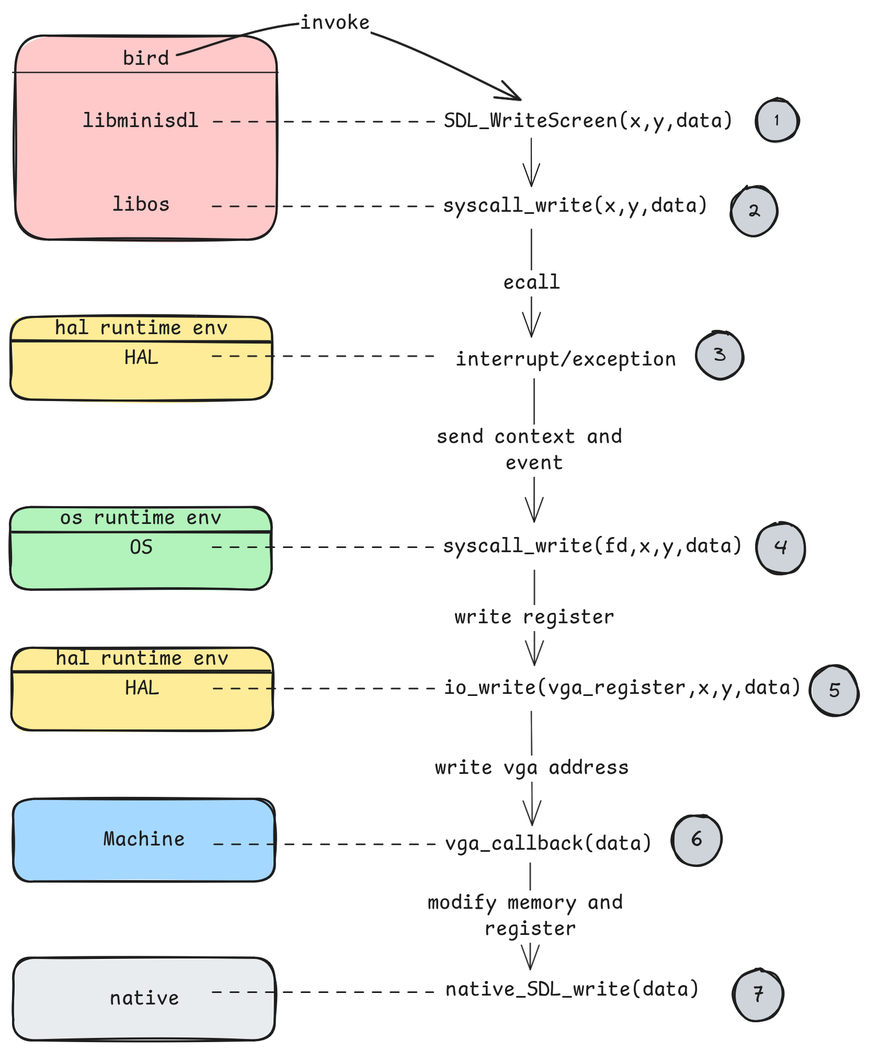
This is images/function_stream.png from chi199702/chi199702.github.io, a Excalidraw export, as it was before one commit. Source tidied: one line per element, renumbered; positions are measured from the earlier drawing's top-left corner, leaving out a move shared by most shapes.
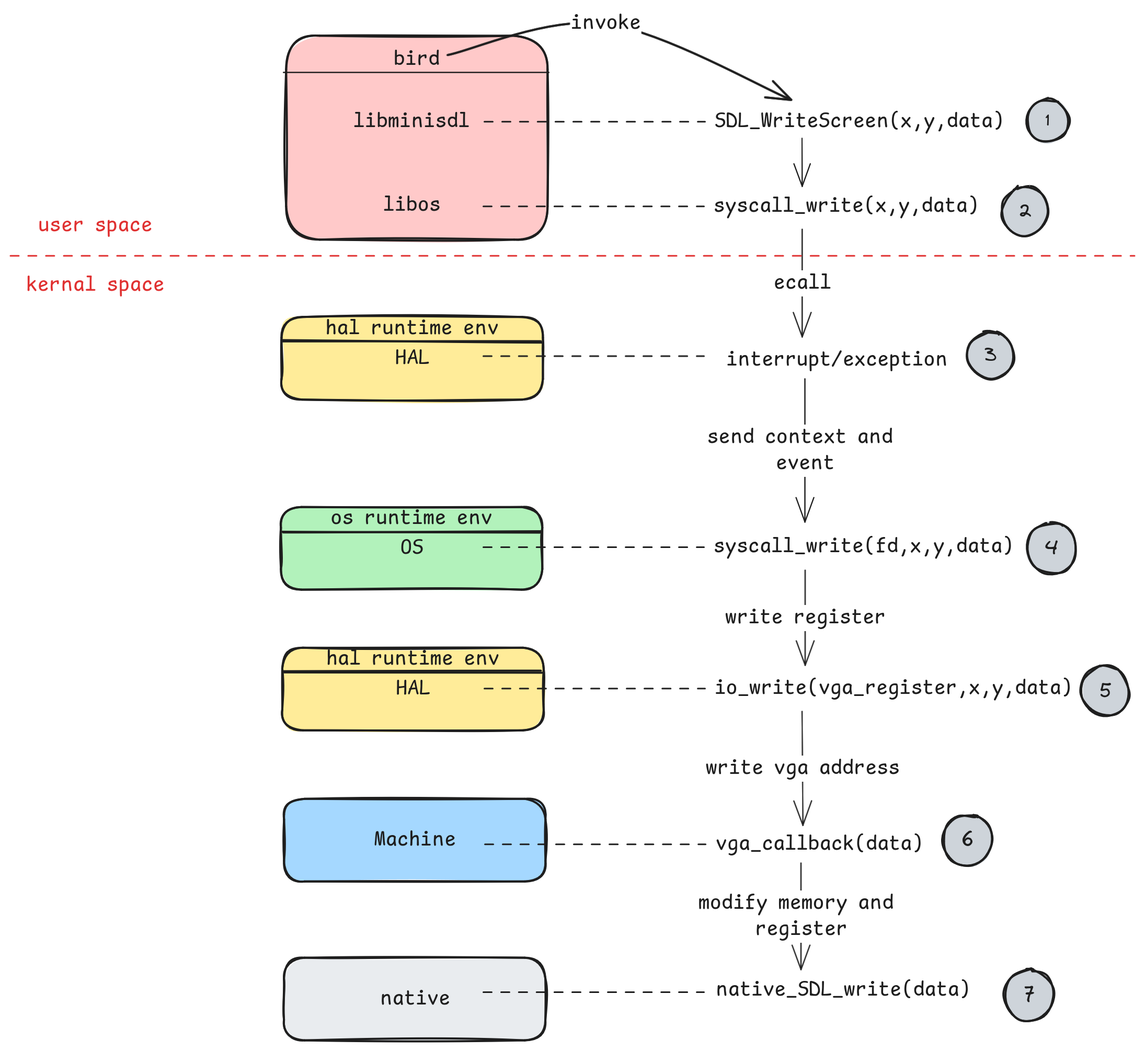
After the change.

Diff of the diagram source:
```diff
@@ -60,3 +60,6 @@
 {"id": 59, "type": "text", "text": "7", "strokeColor": "#1e1e1e", "backgroundColor": "#ffc9c9", "fillStyle": "cross-hatch", "strokeWidth": 2, "roughness": 2, "fontSize": 20, "fontFamily": 1, "textAlign": "center", "verticalAlign": "middle", "inside": 58, "x": 710, "y": 1077, "width": 11, "height": 25}
 {"id": 60, "type": "ellipse", "strokeColor": "#1e1e1e", "backgroundColor": "#ced4da", "fillStyle": "solid", "strokeWidth": 2, "roughness": 2, "round": true, "x": 766, "y": 773, "width": 45, "height": 48}
 {"id": 61, "type": "text", "text": "5", "strokeColor": "#1e1e1e", "backgroundColor": "#ffc9c9", "fillStyle": "cross-hatch", "strokeWidth": 2, "roughness": 2, "fontSize": 18.33, "fontFamily": 1, "textAlign": "center", "verticalAlign": "middle", "inside": 60, "x": 783, "y": 786, "width": 11, "height": 23}
+{"id": 62, "type": "line", "strokeColor": "#e03131", "backgroundColor": "#ffc9c9", "fillStyle": "solid", "strokeWidth": 1, "strokeStyle": "dashed", "roughness": 0, "round": true, "x": -259, "y": 382, "width": 1075, "height": 0, "points": [[0, 0], [1075, 0]]}
+{"id": 63, "type": "text", "text": "user space", "strokeColor": "#e03131", "backgroundColor": "#ffc9c9", "fillStyle": "solid", "strokeWidth": 1, "strokeStyle": "dashed", "roughness": 0, "fontSize": 20, "fontFamily": 8, "x": -233, "y": 341, "width": 110, "height": 25}
+{"id": 64, "type": "text", "text": "kernal space", "strokeColor": "#e03131", "backgroundColor": "#ffc9c9", "fillStyle": "solid", "strokeWidth": 1, "strokeStyle": "dashed", "roughness": 0, "fontSize": 20, "fontFamily": 8, "x": -244, "y": 398, "width": 134, "height": 25}
```
